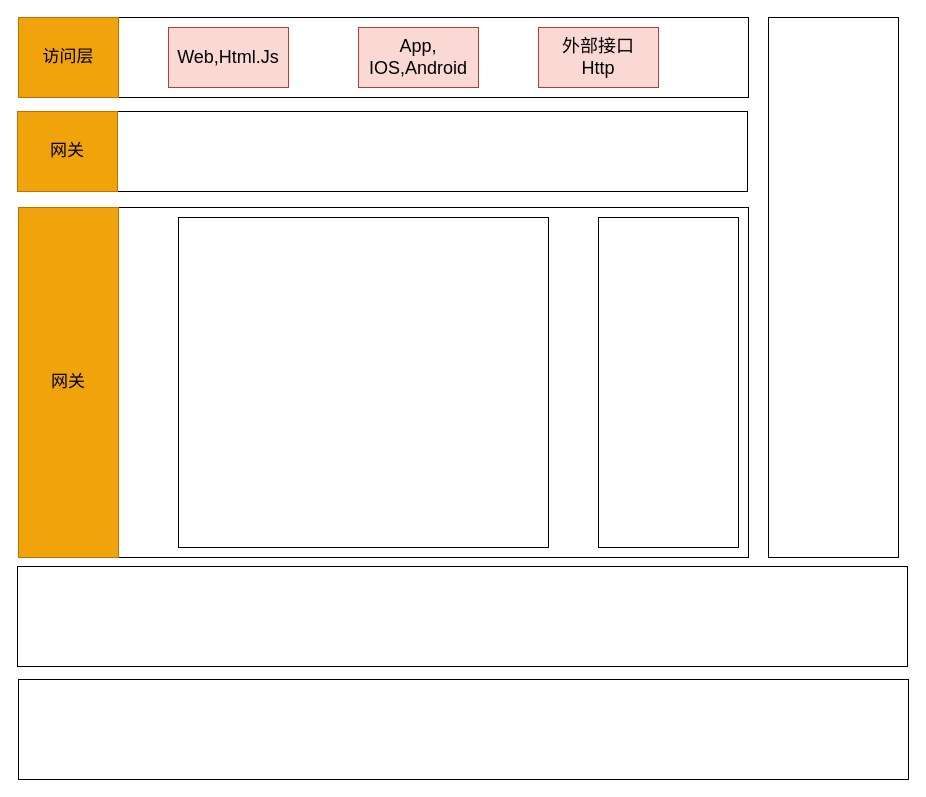
ChengziMao/helloword keeps this draw.io diagram as 数据短链.drawio. Above is the earlier version. Source tidied: cells renumbered, new cells numbered last; positions are measured from the earlier drawing's top-left corner, leaving out a move shared by most shapes. Both pictures are drawn from the tidied source at 100%, with x=0, y=0 at pixel (17, 17).
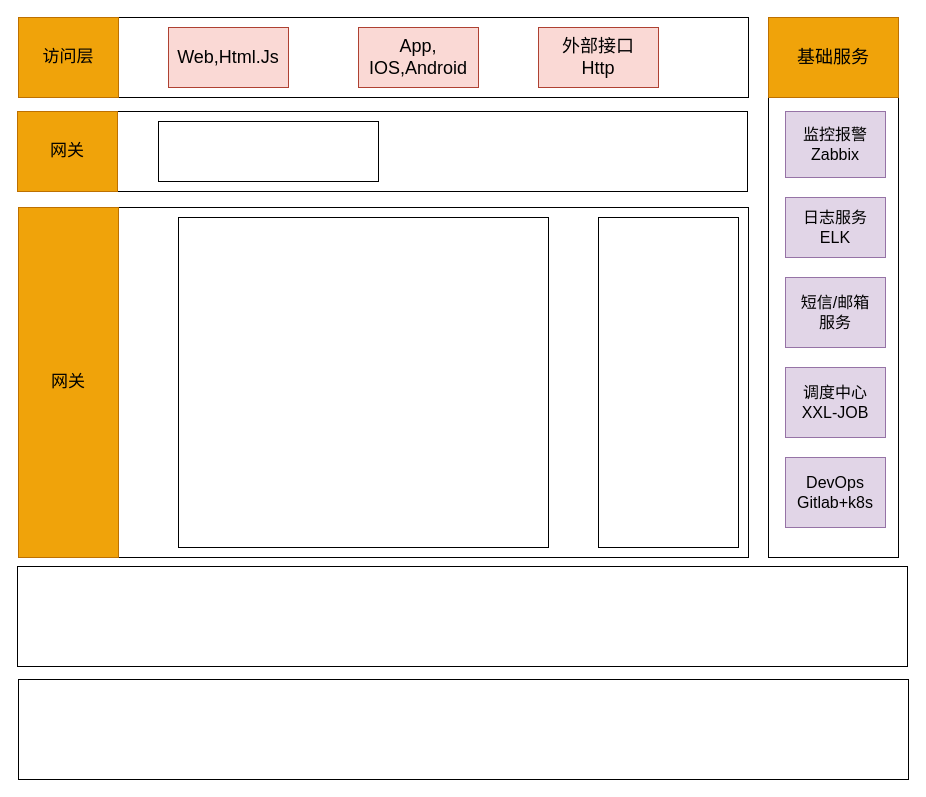
The same page after the edit.

Commit message (it also covers changes not shown here):
更新数据短链.drawio

Change to the diagram source:
```diff
@@
+    <mxCell id="16" value="&lt;font&gt;基础服务&lt;/font&gt;" style="rounded=0;whiteSpace=wrap;html=1;fillColor=#f0a30a;fontColor=#000000;strokeColor=#BD7000;fontSize=18;" parent="1" vertex="1">
+      <mxGeometry x="751" width="130" height="80" as="geometry" />
+    </mxCell>
+    <mxCell id="17" value="监控报警&lt;div&gt;Zabbix&lt;/div&gt;" style="rounded=0;whiteSpace=wrap;html=1;fillColor=#e1d5e7;strokeColor=#9673a6;fontSize=16;" parent="1" vertex="1">
+      <mxGeometry x="768" y="94" width="100" height="66" as="geometry" />
+    </mxCell>
+    <mxCell id="18" value="日志服务&lt;div&gt;ELK&lt;/div&gt;" style="rounded=0;whiteSpace=wrap;html=1;fillColor=#e1d5e7;strokeColor=#9673a6;fontSize=16;" parent="1" vertex="1">
+      <mxGeometry x="768" y="180" width="100" height="60" as="geometry" />
+    </mxCell>
+    <mxCell id="19" value="短信/邮箱&lt;div&gt;服务&lt;/div&gt;" style="rounded=0;whiteSpace=wrap;html=1;fillColor=#e1d5e7;strokeColor=#9673a6;fontSize=16;" parent="1" vertex="1">
+      <mxGeometry x="768" y="260" width="100" height="70" as="geometry" />
+    </mxCell>
+    <mxCell id="20" value="调度中心&lt;div&gt;XXL-JOB&lt;/div&gt;" style="rounded=0;whiteSpace=wrap;html=1;fillColor=#e1d5e7;strokeColor=#9673a6;fontSize=16;" parent="1" vertex="1">
+      <mxGeometry x="768" y="350" width="100" height="70" as="geometry" />
+    </mxCell>
+    <mxCell id="21" value="DevOps&lt;div&gt;Gitlab+k8s&lt;/div&gt;" style="rounded=0;whiteSpace=wrap;html=1;fillColor=#e1d5e7;strokeColor=#9673a6;fontSize=16;" parent="1" vertex="1">
+      <mxGeometry x="768" y="440" width="100" height="70" as="geometry" />
+    </mxCell>
+    <mxCell id="22" style="rounded=0;whiteSpace=wrap;html=1;" parent="1" vertex="1">
+      <mxGeometry x="141" y="104" width="220" height="60" as="geometry" />
+    </mxCell>
```
